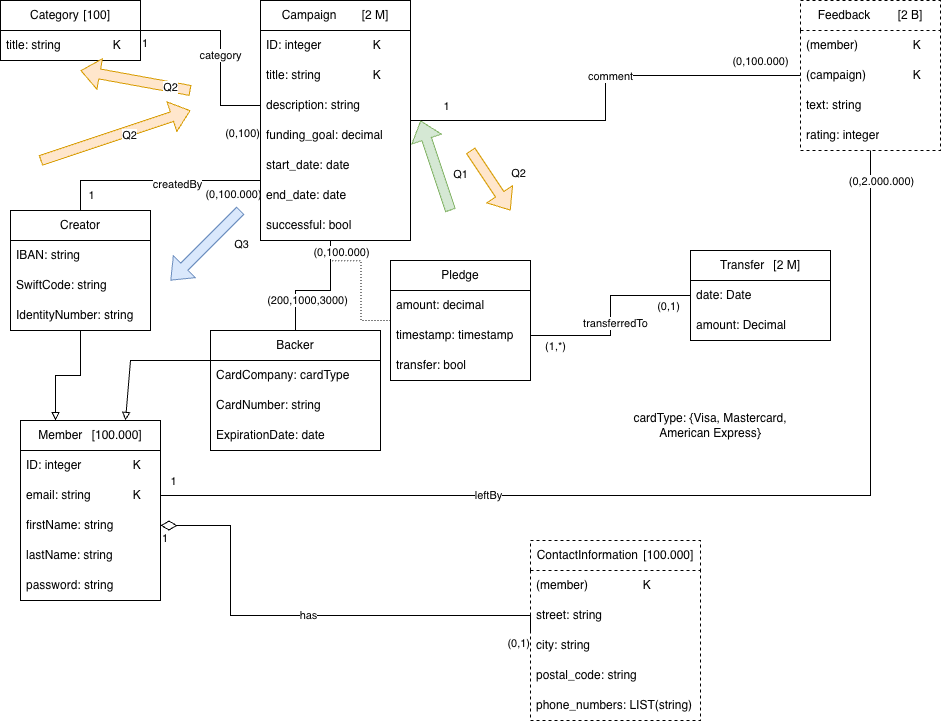
Before: assignment-1/uml/umlv3.png, a diagram exported from draw.io (echo85/new-generation-data-models-dbmss-course). Source tidied: cells renumbered, new cells last; positions are measured from the earlier drawing's top-left corner, leaving out a move shared by most shapes.
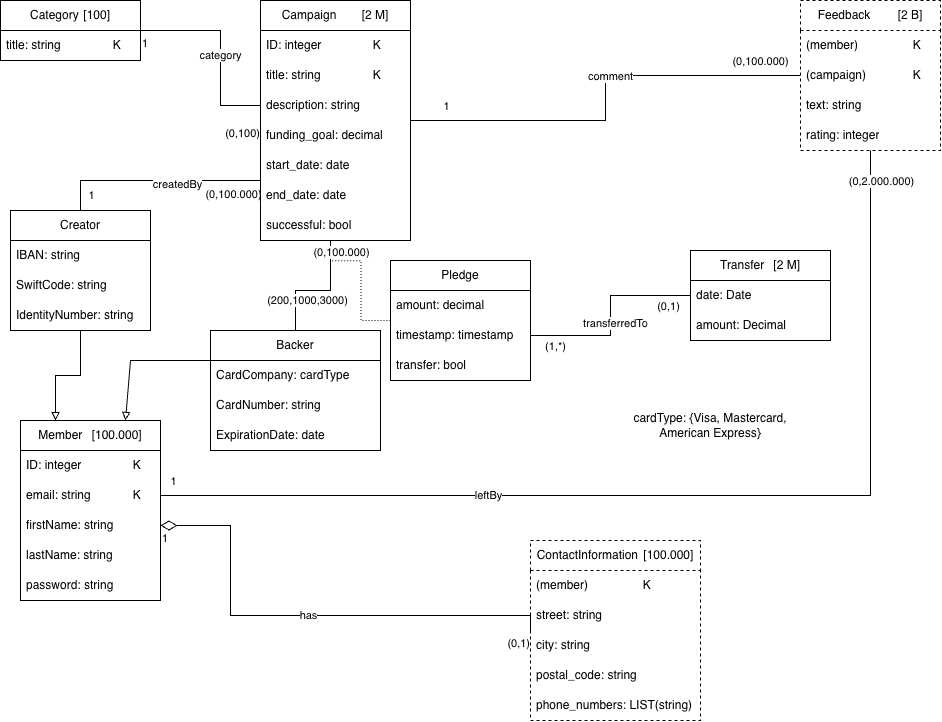
The same file after the commit.

What changed in the source:
```diff
@@ -253,61 +253,6 @@
     <mxCell id="71" value="(0,100)" style="edgeLabel;html=1;align=right;verticalAlign=top;" parent="69" vertex="1">
       <mxGeometry x="1" relative="1" as="geometry" />
     </mxCell>
-    <mxCell id="72" style="shape=flexArrow;endArrow=classic;html=1;rounded=0;fillColor=#d5e8d4;strokeColor=#82b366;shadow=0;" parent="1" edge="1">
-      <mxGeometry relative="1" as="geometry">
-        <mxPoint x="450" y="210" as="sourcePoint" />
-        <mxPoint x="420" y="120" as="targetPoint" />
-      </mxGeometry>
-    </mxCell>
-    <mxCell id="73" value="Q1" style="edgeLabel;html=1;align=center;verticalAlign=middle;" parent="72" vertex="1">
-      <mxGeometry x="-0.16" y="5" relative="1" as="geometry">
-        <mxPoint x="27" as="offset" />
-      </mxGeometry>
-    </mxCell>
-    <mxCell id="74" style="shape=flexArrow;endArrow=classic;html=1;rounded=0;fillColor=#ffe6cc;strokeColor=#d79b00;shadow=0;" parent="1" edge="1">
-      <mxGeometry relative="1" as="geometry">
-        <mxPoint x="40" y="160" as="sourcePoint" />
-        <mxPoint x="190" y="110" as="targetPoint" />
-      </mxGeometry>
-    </mxCell>
-    <mxCell id="75" value="Q2" style="edgeLabel;html=1;align=center;verticalAlign=middle;" parent="74" vertex="1">
-      <mxGeometry x="-0.16" y="5" relative="1" as="geometry">
-        <mxPoint x="27" as="offset" />
-      </mxGeometry>
-    </mxCell>
-    <mxCell id="76" style="shape=flexArrow;endArrow=classic;html=1;rounded=0;fillColor=#ffe6cc;strokeColor=#d79b00;shadow=0;" parent="1" edge="1">
-      <mxGeometry relative="1" as="geometry">
-        <mxPoint x="470" y="150" as="sourcePoint" />
-        <mxPoint x="510" y="210" as="targetPoint" />
-      </mxGeometry>
-    </mxCell>
-    <mxCell id="77" value="Q2" style="edgeLabel;html=1;align=center;verticalAlign=middle;" parent="76" vertex="1">
-      <mxGeometry x="-0.16" y="5" relative="1" as="geometry">
-        <mxPoint x="27" as="offset" />
-      </mxGeometry>
-    </mxCell>
-    <mxCell id="78" style="shape=flexArrow;endArrow=classic;html=1;rounded=0;fillColor=#dae8fc;strokeColor=#6c8ebf;shadow=0;" parent="1" edge="1">
-      <mxGeometry relative="1" as="geometry">
-        <mxPoint x="240" y="210" as="sourcePoint" />
-        <mxPoint x="170" y="280" as="targetPoint" />
-      </mxGeometry>
-    </mxCell>
-    <mxCell id="79" value="Q3" style="edgeLabel;html=1;align=center;verticalAlign=middle;" parent="78" vertex="1">
-      <mxGeometry x="-0.16" y="5" relative="1" as="geometry">
-        <mxPoint x="27" as="offset" />
-      </mxGeometry>
-    </mxCell>
-    <mxCell id="80" style="shape=flexArrow;endArrow=classic;html=1;rounded=0;fillColor=#ffe6cc;strokeColor=#d79b00;shadow=0;" parent="1" edge="1">
-      <mxGeometry relative="1" as="geometry">
-        <mxPoint x="190" y="90" as="sourcePoint" />
-        <mxPoint x="80" y="70" as="targetPoint" />
-      </mxGeometry>
-    </mxCell>
-    <mxCell id="81" value="Q2" style="edgeLabel;html=1;align=center;verticalAlign=middle;" parent="80" vertex="1">
-      <mxGeometry x="-0.16" y="5" relative="1" as="geometry">
-        <mxPoint x="27" as="offset" />
-      </mxGeometry>
-    </mxCell>
     <mxCell id="82" value="cardType: {Visa, Mastercard, American Express}" style="text;html=1;whiteSpace=wrap;strokeColor=none;fillColor=none;align=center;verticalAlign=middle;rounded=0;" parent="1" vertex="1">
       <mxGeometry x="610" y="410" width="200" height="30" as="geometry" />
     </mxCell>
```
